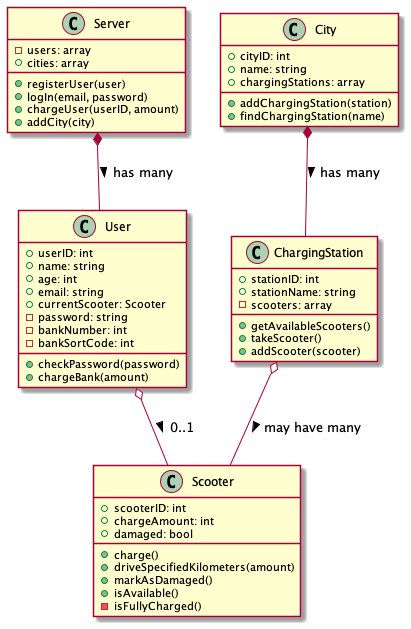
Above: assignments/scooter_hire/uml/class_diagram.png in mylesgordon/bootcamp_examples (PlantUML), before the change.
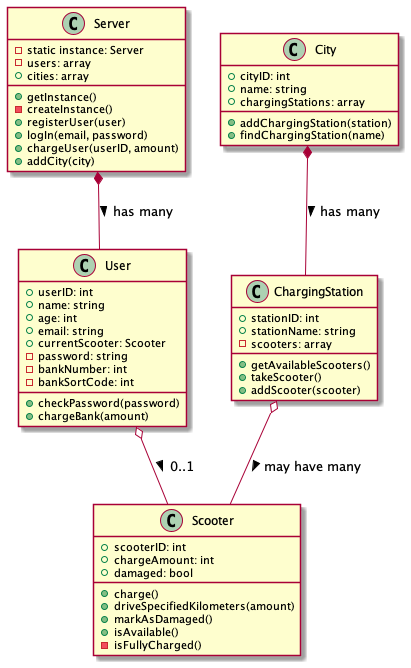
Later version of the same file.

Commit message:
Scooter: Server now is singleton

The edit, as a diff of the source:
```diff
@@ -1,7 +1,10 @@
 @startuml
 class Server {
+    - static instance: Server
     - users: array
     + cities: array
+    + getInstance()
+    - createInstance()
     + registerUser(user)
     + logIn(email, password)
     + chargeUser(userID, amount)
```
